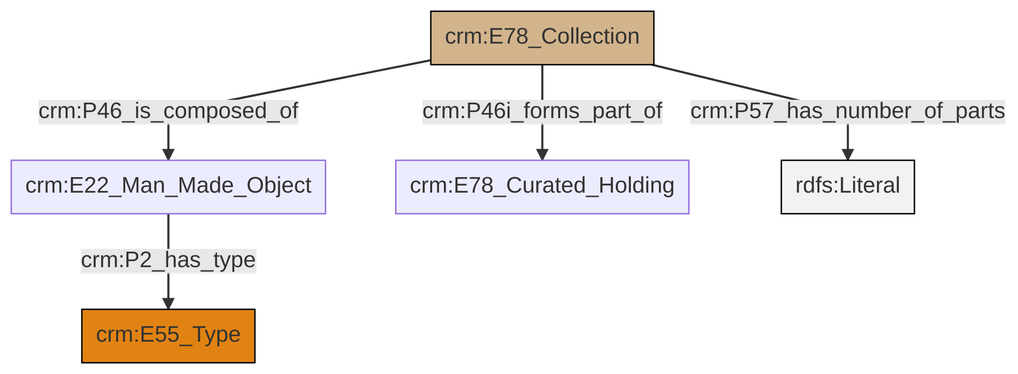
Earlier version of the Mermaid export et/archivalCSV/ttl/mmd/png/archival_parthood.png (swiss-art-research-net/docs.swissartresearch). Its source is kept beside it as et/archivalCSV/ttl/mmd/archival_parthood.ttl.mmd.
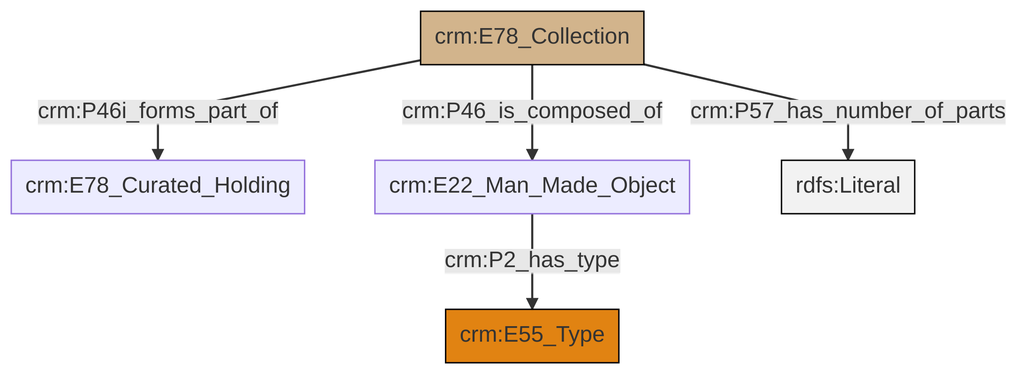
The same diagram one commit later.

What changed in the source:
```diff
@@ -13,7 +13,7 @@
 classDef PC_Classes fill:#4ce600, stroke:#000000;
 classDef Multi fill:#cccccc,stroke:#000000;
 
-2["crm:E78_Collection"]:::Physical_Thing -->|crm:P46_is_composed_of| 0["crm:E22_Man_Made_Object"]:::Default
-0["crm:E22_Man_Made_Object"]:::Default -->|crm:P2_has_type| 5["crm:E55_Type"]:::Type
-2["crm:E78_Collection"]:::Physical_Thing -->|crm:P57_has_number_of_parts| 6[rdfs:Literal]:::Literal
-2["crm:E78_Collection"]:::Physical_Thing -->|crm:P46i_forms_part_of| 3["crm:E78_Curated_Holding"]:::Default
+2["crm:E22_Man_Made_Object"]:::Default -->|crm:P2_has_type| 3["crm:E55_Type"]:::Type
+4["crm:E78_Collection"]:::Physical_Thing -->|crm:P46_is_composed_of| 2["crm:E22_Man_Made_Object"]:::Default
+4["crm:E78_Collection"]:::Physical_Thing -->|crm:P46i_forms_part_of| 0["crm:E78_Curated_Holding"]:::Default
+4["crm:E78_Collection"]:::Physical_Thing -->|crm:P57_has_number_of_parts| 8[rdfs:Literal]:::Literal
```
